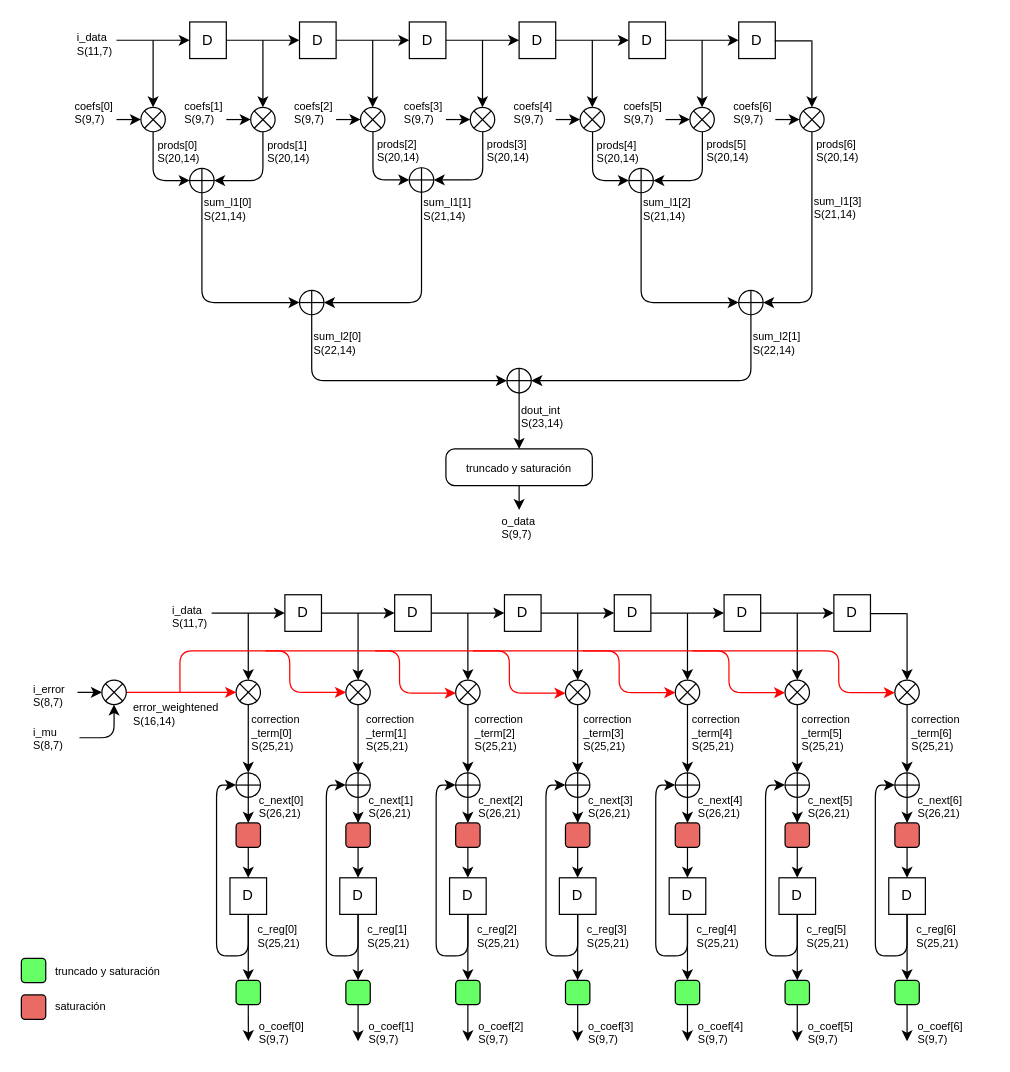
complexexponentials/lms-equalizer keeps this draw.io diagram as img/drawings.drawio. Above is the earlier version. Source tidied: cells renumbered, new cells numbered last; positions are measured from the earlier drawing's top-left corner, leaving out a move shared by most shapes. Both pictures are drawn from the tidied source at 122%, with x=0, y=0 at pixel (21, 21).
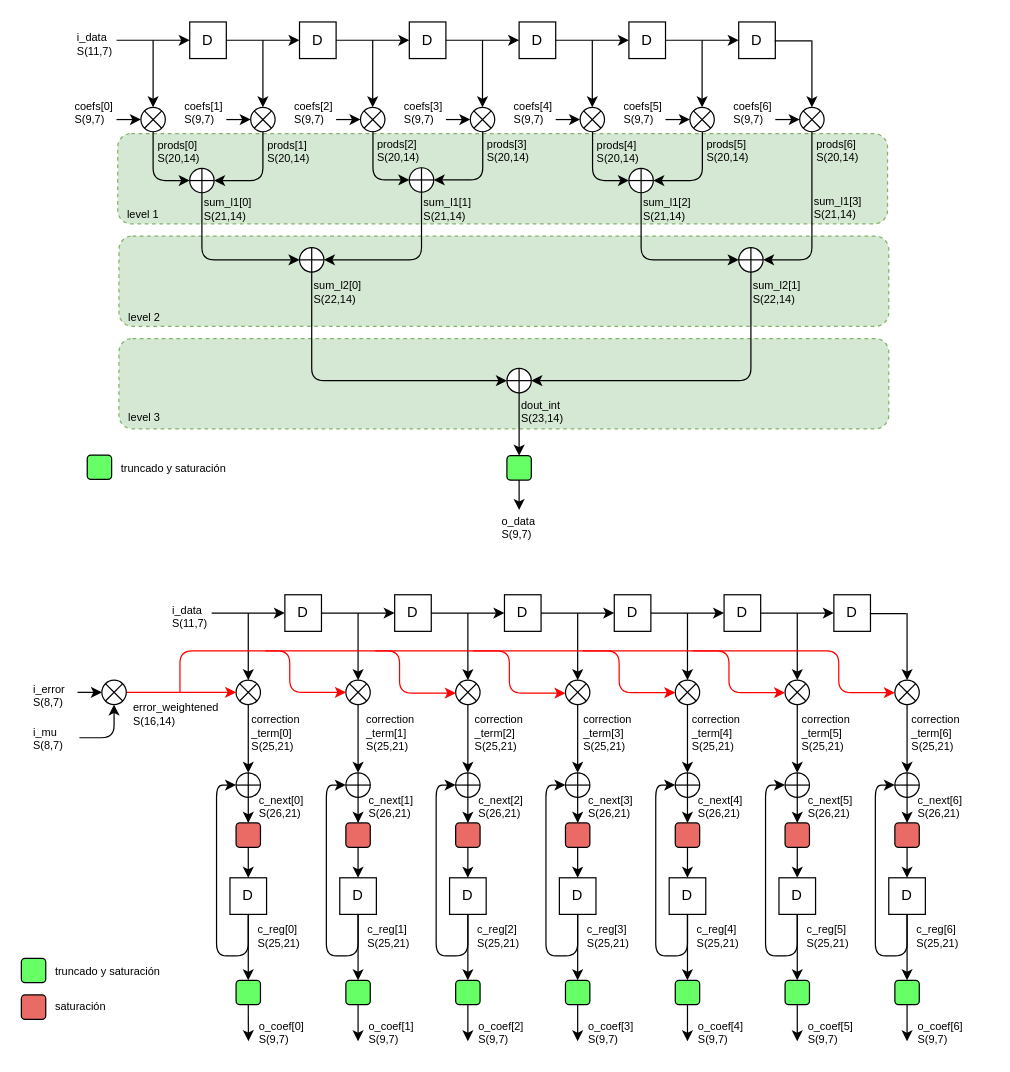
The same diagram, later.

Unchanged cells that the change refers to:
```xml
<mxCell id="33" style="shape=sumEllipse;perimeter=ellipsePerimeter;whiteSpace=wrap;html=1;backgroundOutline=1;" parent="1" vertex="1">
  <mxGeometry x="638" y="70.5" width="20" height="20" as="geometry" />
</mxCell>
<mxCell id="44" style="shape=orEllipse;perimeter=ellipsePerimeter;whiteSpace=wrap;html=1;backgroundOutline=1;fontSize=6;" parent="1" vertex="1">
  <mxGeometry x="138" y="120.5" width="20" height="20" as="geometry" />
</mxCell>
<mxCell id="47" style="shape=orEllipse;perimeter=ellipsePerimeter;whiteSpace=wrap;html=1;backgroundOutline=1;fontSize=6;" parent="1" vertex="1">
  <mxGeometry x="318" y="120" width="20" height="20" as="geometry" />
</mxCell>
<mxCell id="50" style="shape=orEllipse;perimeter=ellipsePerimeter;whiteSpace=wrap;html=1;backgroundOutline=1;fontSize=6;" parent="1" vertex="1">
  <mxGeometry x="498" y="120.5" width="20" height="20" as="geometry" />
</mxCell>
<mxCell id="60" style="shape=orEllipse;perimeter=ellipsePerimeter;whiteSpace=wrap;html=1;backgroundOutline=1;fontSize=6;" parent="1" vertex="1">
  <mxGeometry x="398" y="284.5" width="20" height="20" as="geometry" />
</mxCell>
<mxCell id="79" value="&lt;div style=&quot;font-size: 9px;&quot;&gt;o_data&lt;br style=&quot;font-size: 9px;&quot;&gt;&lt;/div&gt;&lt;div style=&quot;font-size: 9px;&quot;&gt;S(9,7)&lt;/div&gt;" style="text;html=1;points=[];align=left;verticalAlign=top;spacingTop=-4;fontSize=9;" parent="1" vertex="1">
  <mxGeometry x="392" y="401.5" width="40" height="20" as="geometry" />
</mxCell>
```

Change to the diagram source:
```diff
@@
+    <mxCell id="223" style="rounded=1;whiteSpace=wrap;html=1;fillColor=#d5e8d4;strokeColor=#82b366;dashed=1;" parent="1" vertex="1">
+      <mxGeometry x="80" y="260" width="631" height="74" as="geometry" />
+    </mxCell>
+    <mxCell id="224" style="rounded=1;whiteSpace=wrap;html=1;fillColor=#d5e8d4;strokeColor=#82b366;dashed=1;" parent="1" vertex="1">
+      <mxGeometry x="80" y="176" width="631" height="74" as="geometry" />
+    </mxCell>
+    <mxCell id="225" style="rounded=1;whiteSpace=wrap;html=1;fillColor=#d5e8d4;strokeColor=#82b366;dashed=1;" parent="1" vertex="1">
+      <mxGeometry x="79" y="92" width="631" height="74" as="geometry" />
+    </mxCell>
@@
     <mxCell id="53" style="shape=orEllipse;perimeter=ellipsePerimeter;whiteSpace=wrap;html=1;backgroundOutline=1;fontSize=6;" parent="1" vertex="1">
-      <mxGeometry x="228" y="220.5" width="20" height="20" as="geometry" />
+      <mxGeometry x="228" y="185.5" width="20" height="20" as="geometry" />
     </mxCell>
     <mxCell id="54" style="edgeStyle=segmentEdgeStyle;endArrow=classic;html=1;fontSize=6;exitX=0.5;exitY=1;exitDx=0;exitDy=0;entryX=0;entryY=0.5;entryDx=0;entryDy=0;" parent="1" edge="1" source="44" target="53">
       <mxGeometry relative="1" as="geometry">
         <Array as="points">
-          <mxPoint x="148" y="230.5" />
+          <mxPoint x="148" y="196" />
         </Array>
       </mxGeometry>
     </mxCell>
     <mxCell id="55" style="edgeStyle=segmentEdgeStyle;endArrow=classic;html=1;fontSize=6;entryX=1;entryY=0.5;entryDx=0;entryDy=0;exitX=0.5;exitY=1;exitDx=0;exitDy=0;" parent="1" edge="1" source="47" target="53">
       <mxGeometry relative="1" as="geometry">
         <Array as="points">
-          <mxPoint x="328" y="230.5" />
+          <mxPoint x="328" y="196" />
         </Array>
       </mxGeometry>
     </mxCell>
     <mxCell id="56" style="shape=orEllipse;perimeter=ellipsePerimeter;whiteSpace=wrap;html=1;backgroundOutline=1;fontSize=6;" parent="1" vertex="1">
-      <mxGeometry x="588" y="220.5" width="20" height="20" as="geometry" />
+      <mxGeometry x="588" y="185.5" width="20" height="20" as="geometry" />
     </mxCell>
     <mxCell id="57" style="edgeStyle=segmentEdgeStyle;endArrow=classic;html=1;fontSize=6;entryX=1;entryY=0.5;entryDx=0;entryDy=0;exitX=0.5;exitY=1;exitDx=0;exitDy=0;" parent="1" edge="1" source="33" target="56">
       <mxGeometry relative="1" as="geometry">
         <Array as="points">
-          <mxPoint x="648" y="230.5" />
+          <mxPoint x="648" y="196" />
         </Array>
       </mxGeometry>
     </mxCell>
     <mxCell id="58" style="edgeStyle=segmentEdgeStyle;endArrow=classic;html=1;fontSize=6;entryX=0;entryY=0.5;entryDx=0;entryDy=0;exitX=0.5;exitY=1;exitDx=0;exitDy=0;" parent="1" edge="1" source="50" target="56">
       <mxGeometry relative="1" as="geometry">
         <Array as="points">
-          <mxPoint x="508" y="230.5" />
+          <mxPoint x="508" y="196" />
         </Array>
       </mxGeometry>
     </mxCell>
-    <mxCell id="59" style="edgeStyle=elbowEdgeStyle;rounded=0;jettySize=auto;html=1;fontSize=6;" parent="1" edge="1" source="60">
-      <mxGeometry relative="1" as="geometry">
-        <mxPoint x="408" y="350.5" as="targetPoint" />
-      </mxGeometry>
+    <mxCell id="59" style="edgeStyle=elbowEdgeStyle;rounded=0;jettySize=auto;html=1;fontSize=6;entryX=0.5;entryY=0;entryDx=0;entryDy=0;" parent="1" edge="1" source="60" target="227">
+      <mxGeometry relative="1" as="geometry" />
     </mxCell>
@@
     <mxCell id="74" value="&lt;div style=&quot;font-size: 9px;&quot;&gt;sum_l2[0]&lt;br style=&quot;font-size: 9px;&quot;&gt;&lt;/div&gt;&lt;div style=&quot;font-size: 9px;&quot;&gt;S(22,14)&lt;/div&gt;" style="text;html=1;align=left;verticalAlign=top;spacingTop=-4;fontSize=9;" parent="1" vertex="1">
-      <mxGeometry x="238" y="250.5" width="50" height="20" as="geometry" />
+      <mxGeometry x="238" y="208.5" width="50" height="20" as="geometry" />
     </mxCell>
     <mxCell id="75" value="&lt;div style=&quot;font-size: 9px;&quot;&gt;sum_l2[1]&lt;br style=&quot;font-size: 9px;&quot;&gt;&lt;/div&gt;&lt;div style=&quot;font-size: 9px;&quot;&gt;S(22,14)&lt;/div&gt;" style="text;html=1;align=left;verticalAlign=top;spacingTop=-4;fontSize=9;" parent="1" vertex="1">
-      <mxGeometry x="598" y="250.5" width="50" height="20" as="geometry" />
+      <mxGeometry x="598" y="208.5" width="50" height="20" as="geometry" />
     </mxCell>
     <mxCell id="76" value="&lt;div style=&quot;font-size: 9px;&quot;&gt;dout_int&lt;br style=&quot;font-size: 9px;&quot;&gt;&lt;/div&gt;&lt;div style=&quot;font-size: 9px;&quot;&gt;S(23,14)&lt;/div&gt;" style="text;html=1;align=left;verticalAlign=top;spacingTop=-4;fontSize=9;" parent="1" vertex="1">
-      <mxGeometry x="408" y="310.5" width="40" height="20" as="geometry" />
+      <mxGeometry x="408" y="306.5" width="40" height="20" as="geometry" />
     </mxCell>
-    <mxCell id="77" value="&lt;font style=&quot;font-size: 9px&quot;&gt;truncado y saturación&lt;/font&gt;" style="rounded=1;whiteSpace=wrap;html=1;arcSize=24;verticalAlign=middle;labelPosition=center;verticalLabelPosition=middle;align=center;" parent="1" vertex="1">
-      <mxGeometry x="348" y="350.5" width="120" height="30" as="geometry" />
-    </mxCell>
-    <mxCell id="78" style="endArrow=classic;html=1;exitX=0.5;exitY=1;exitDx=0;exitDy=0;entryX=0.4;entryY=-0.05;entryDx=0;entryDy=0;entryPerimeter=0;" parent="1" edge="1" source="77" target="79">
+    <mxCell id="78" style="endArrow=classic;html=1;exitX=0.5;exitY=1;exitDx=0;exitDy=0;entryX=0.4;entryY=-0.05;entryDx=0;entryDy=0;entryPerimeter=0;exitPerimeter=0;" parent="1" edge="1" source="227" target="79">
       <mxGeometry relative="1" as="geometry" />
     </mxCell>
@@
+    <mxCell id="226" style="rounded=1;whiteSpace=wrap;html=1;fontSize=9;labelBackgroundColor=#66FF66;fillColor=#66FF66;" parent="1" vertex="1">
+      <mxGeometry x="54" y="355.5" width="20" height="20" as="geometry" />
+    </mxCell>
+    <mxCell id="77" value="truncado y saturación" style="text;html=1;points=[];align=left;verticalAlign=top;spacingTop=-4;fontSize=9;" parent="1" vertex="1">
+      <mxGeometry x="80" y="358.5" width="120" height="10" as="geometry" />
+    </mxCell>
+    <mxCell id="227" style="rounded=1;whiteSpace=wrap;html=1;fontSize=9;labelBackgroundColor=#66FF66;fillColor=#66FF66;" parent="1" vertex="1">
+      <mxGeometry x="398" y="356" width="20" height="20" as="geometry" />
+    </mxCell>
+    <mxCell id="228" value="level 1" style="text;html=1;align=left;verticalAlign=top;spacingTop=-4;fontSize=9;" parent="1" vertex="1">
+      <mxGeometry x="85" y="150.5" width="50" height="10" as="geometry" />
+    </mxCell>
+    <mxCell id="229" value="level 2" style="text;html=1;align=left;verticalAlign=top;spacingTop=-4;fontSize=9;" parent="1" vertex="1">
+      <mxGeometry x="86" y="234.5" width="50" height="10" as="geometry" />
+    </mxCell>
+    <mxCell id="230" value="level 3" style="text;html=1;align=left;verticalAlign=top;spacingTop=-4;fontSize=9;" parent="1" vertex="1">
+      <mxGeometry x="86" y="316.5" width="50" height="10" as="geometry" />
+    </mxCell>
```
